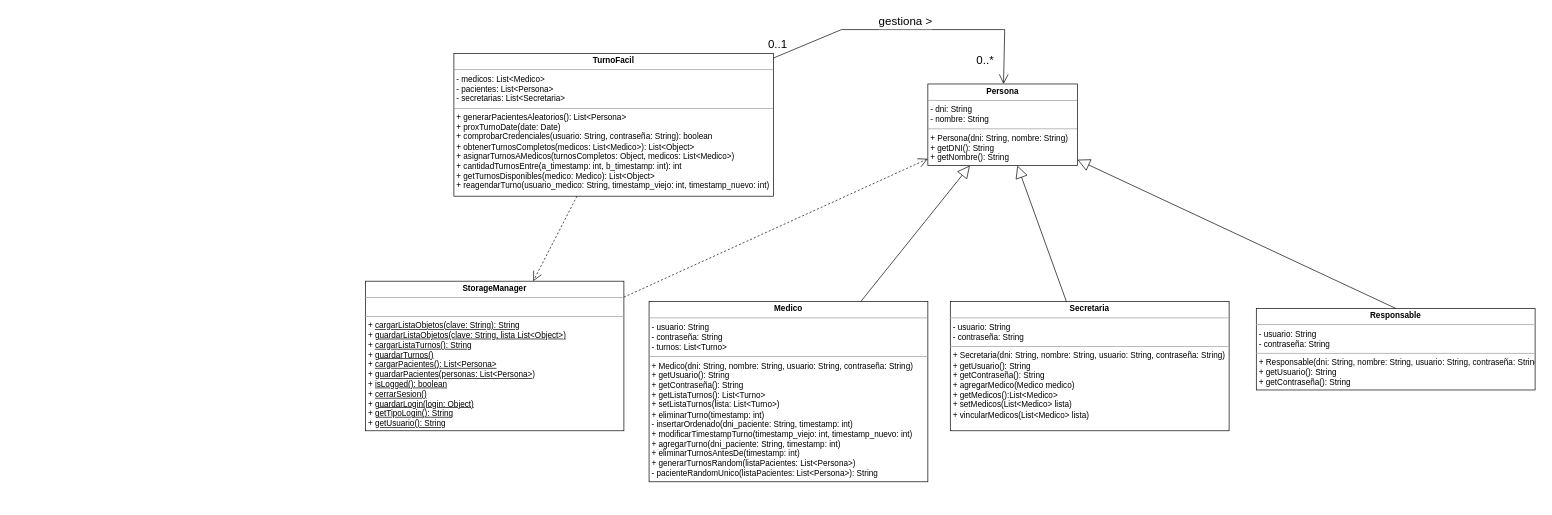
Before: Diagrama de clases.drawio in facu9923/TPE-Metodologia, a draw.io diagram. Source tidied: cells renumbered, new cells numbered last; positions are measured from the earlier drawing's top-left corner, leaving out a move shared by most shapes. Both pictures are drawn from the tidied source at 68%, with x=0, y=0 at pixel (365, 29).
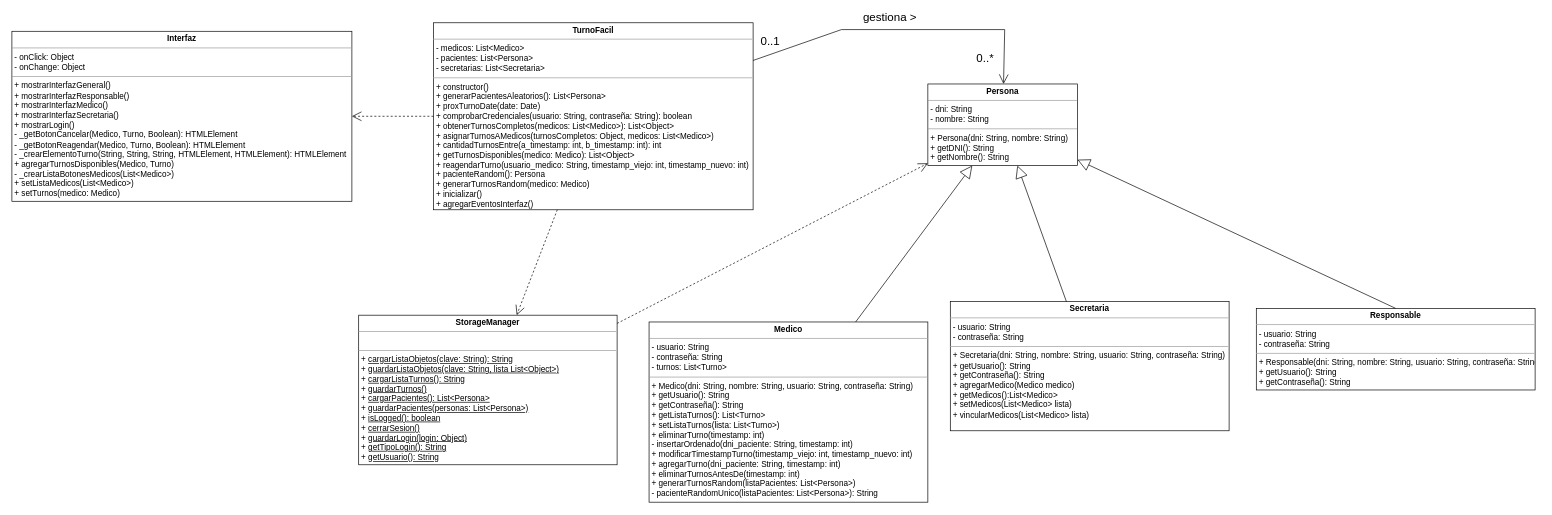
Above is the later version.

Commit message:
diagrama de clases actualizado

Unchanged cells that the change refers to:
```xml
<mxCell id="9" style="endArrow=open;endFill=1;endSize=12;html=1;rounded=0;" parent="1" edge="1" source="8" target="2">
  <mxGeometry relative="1" as="geometry">
    <Array as="points">
      <mxPoint x="700" />
      <mxPoint x="940" />
    </Array>
  </mxGeometry>
</mxCell>
```

The edit, as a diff of the source:
```diff
@@
     <mxCell id="4" value="&lt;p style=&quot;margin:0px;margin-top:4px;text-align:center;&quot;&gt;&lt;b&gt;Medico&lt;/b&gt;&lt;/p&gt;&lt;hr size=&quot;1&quot;&gt;&lt;p style=&quot;margin:0px;margin-left:4px;&quot;&gt;- usuario: String&lt;br&gt;&lt;/p&gt;&lt;p style=&quot;margin:0px;margin-left:4px;&quot;&gt;- contraseña: String&lt;/p&gt;&lt;p style=&quot;margin:0px;margin-left:4px;&quot;&gt;- turnos: List&amp;lt;Turno&amp;gt;&lt;/p&gt;&lt;hr size=&quot;1&quot;&gt;&lt;p style=&quot;margin:0px;margin-left:4px;&quot;&gt;+ Medico(dni: String, nombre: String, usuario: String, contraseña: String)&lt;/p&gt;&lt;p style=&quot;margin:0px;margin-left:4px;&quot;&gt;+ getUsuario(): String&lt;/p&gt;&lt;p style=&quot;margin:0px;margin-left:4px;&quot;&gt;+ getContraseña(): String&lt;/p&gt;&lt;p style=&quot;margin:0px;margin-left:4px;&quot;&gt;+ getListaTurnos(): List&amp;lt;Turno&amp;gt;&lt;/p&gt;&lt;p style=&quot;margin:0px;margin-left:4px;&quot;&gt;+ setListaTurnos(lista: List&amp;lt;Turno&amp;gt;)&lt;/p&gt;&lt;p style=&quot;margin:0px;margin-left:4px;&quot;&gt;+ eliminarTurno(timestamp: int)&lt;/p&gt;&lt;p style=&quot;margin:0px;margin-left:4px;&quot;&gt;- insertarOrdenado(dni_paciente: String, timestamp: int)&lt;/p&gt;&lt;p style=&quot;margin:0px;margin-left:4px;&quot;&gt;+ modificarTimestampTurno(timestamp_viejo: int, timestamp_nuevo: int)&lt;/p&gt;&lt;p style=&quot;margin:0px;margin-left:4px;&quot;&gt;+&amp;nbsp;agregarTurno(dni_paciente: String, timestamp: int)&lt;/p&gt;&lt;p style=&quot;margin:0px;margin-left:4px;&quot;&gt;+&amp;nbsp;eliminarTurnosAntesDe(timestamp: int)&lt;/p&gt;&lt;p style=&quot;margin:0px;margin-left:4px;&quot;&gt;+ generarTurnosRandom(listaPacientes: List&amp;lt;Persona&amp;gt;)&lt;br&gt;&lt;/p&gt;&lt;p style=&quot;margin:0px;margin-left:4px;&quot;&gt;- pacienteRandomUnico(listaPacientes: List&amp;lt;Persona&amp;gt;): String&lt;/p&gt;" style="verticalAlign=top;align=left;overflow=fill;fontSize=12;fontFamily=Helvetica;html=1;" parent="1" vertex="1">
-      <mxGeometry x="417" y="400" width="410" height="265" as="geometry" />
+      <mxGeometry x="417" y="430" width="410" height="265" as="geometry" />
     </mxCell>
@@
     <mxCell id="7" value="&lt;p style=&quot;margin:0px;margin-top:4px;text-align:center;&quot;&gt;&lt;b&gt;StorageManager&lt;/b&gt;&lt;/p&gt;&lt;hr size=&quot;1&quot;&gt;&lt;p style=&quot;margin:0px;margin-left:4px;&quot;&gt;&lt;br&gt;&lt;/p&gt;&lt;hr size=&quot;1&quot;&gt;&lt;p style=&quot;margin:0px;margin-left:4px;&quot;&gt;+ &lt;u&gt;cargarListaObjetos(clave: String): String&lt;/u&gt;&lt;/p&gt;&lt;p style=&quot;margin:0px;margin-left:4px;&quot;&gt;+ &lt;u&gt;guardarListaObjetos(clave: String, lista List&amp;lt;Object&amp;gt;)&lt;/u&gt;&lt;/p&gt;&lt;p style=&quot;margin:0px;margin-left:4px;&quot;&gt;+ &lt;u&gt;cargarListaTurnos(): String&lt;/u&gt;&lt;/p&gt;&lt;p style=&quot;margin:0px;margin-left:4px;&quot;&gt;+ &lt;u&gt;guardarTurnos()&lt;br&gt;&lt;/u&gt;&lt;/p&gt;&lt;p style=&quot;margin:0px;margin-left:4px;&quot;&gt;+ &lt;u&gt;cargarPacientes(): List&amp;lt;Persona&amp;gt;&lt;/u&gt;&lt;/p&gt;&lt;p style=&quot;margin:0px;margin-left:4px;&quot;&gt;+ &lt;u&gt;guardarPacientes(personas: List&amp;lt;Persona&amp;gt;)&lt;/u&gt;&lt;/p&gt;&lt;p style=&quot;margin:0px;margin-left:4px;&quot;&gt;+ &lt;u&gt;isLogged(): boolean&lt;/u&gt;&lt;/p&gt;&lt;p style=&quot;margin:0px;margin-left:4px;&quot;&gt;+ &lt;u&gt;cerrarSesion()&lt;/u&gt;&lt;/p&gt;&lt;p style=&quot;margin:0px;margin-left:4px;&quot;&gt;+ &lt;u&gt;guardarLogin(login: Object)&lt;/u&gt;&lt;/p&gt;&lt;p style=&quot;margin:0px;margin-left:4px;&quot;&gt;+ &lt;u&gt;getTipoLogin(): String&lt;/u&gt;&lt;/p&gt;&lt;p style=&quot;margin:0px;margin-left:4px;&quot;&gt;+ &lt;u&gt;getUsuario(): String&lt;/u&gt;&lt;/p&gt;" style="verticalAlign=top;align=left;overflow=fill;fontSize=12;fontFamily=Helvetica;html=1;" parent="1" vertex="1">
-      <mxGeometry y="370" width="380" height="220" as="geometry" />
+      <mxGeometry x="-10" y="420" width="380" height="220" as="geometry" />
     </mxCell>
-    <mxCell id="8" value="&lt;p style=&quot;margin:0px;margin-top:4px;text-align:center;&quot;&gt;&lt;b&gt;TurnoFacil&lt;/b&gt;&lt;/p&gt;&lt;hr size=&quot;1&quot;&gt;&lt;p style=&quot;margin:0px;margin-left:4px;&quot;&gt;- medicos: List&amp;lt;Medico&amp;gt;&lt;/p&gt;&lt;p style=&quot;margin:0px;margin-left:4px;&quot;&gt;- pacientes: List&amp;lt;Persona&amp;gt;&lt;/p&gt;&lt;p style=&quot;margin:0px;margin-left:4px;&quot;&gt;- secretarias: List&amp;lt;Secretaria&amp;gt;&lt;/p&gt;&lt;hr size=&quot;1&quot;&gt;&lt;p style=&quot;margin:0px;margin-left:4px;&quot;&gt;+&amp;nbsp;generarPacientesAleatorios(): List&amp;lt;Persona&amp;gt;&lt;/p&gt;&lt;p style=&quot;margin:0px;margin-left:4px;&quot;&gt;+&amp;nbsp;proxTurnoDate(date: Date)&lt;/p&gt;&lt;p style=&quot;margin:0px;margin-left:4px;&quot;&gt;+&amp;nbsp;comprobarCredenciales(usuario: String, contraseña: String): boolean&lt;/p&gt;&lt;p style=&quot;margin:0px;margin-left:4px;&quot;&gt;+&amp;nbsp;obtenerTurnosCompletos(medicos: List&amp;lt;Medico&amp;gt;): List&amp;lt;Object&amp;gt;&lt;/p&gt;&lt;p style=&quot;margin:0px;margin-left:4px;&quot;&gt;+&amp;nbsp;asignarTurnosAMedicos(turnosCompletos: Object, medicos: List&amp;lt;Medico&amp;gt;)&lt;/p&gt;&lt;p style=&quot;margin:0px;margin-left:4px;&quot;&gt;+&amp;nbsp;cantidadTurnosEntre(a_timestamp: int, b_timestamp: int): int&lt;/p&gt;&lt;p style=&quot;margin:0px;margin-left:4px;&quot;&gt;+&amp;nbsp;getTurnosDisponibles(medico: Medico): List&amp;lt;Object&amp;gt;&lt;/p&gt;&lt;p style=&quot;margin:0px;margin-left:4px;&quot;&gt;+&amp;nbsp;reagendarTurno(usuario_medico: String, timestamp_viejo: int, timestamp_nuevo: int)&lt;/p&gt;&lt;p style=&quot;margin:0px;margin-left:4px;&quot;&gt;&lt;br&gt;&lt;/p&gt;" style="verticalAlign=top;align=left;overflow=fill;fontSize=12;fontFamily=Helvetica;html=1;" parent="1" vertex="1">
-      <mxGeometry x="130" y="35" width="470" height="210" as="geometry" />
+    <mxCell id="8" value="&lt;p style=&quot;margin:0px;margin-top:4px;text-align:center;&quot;&gt;&lt;b&gt;TurnoFacil&lt;/b&gt;&lt;/p&gt;&lt;hr size=&quot;1&quot;&gt;&lt;p style=&quot;margin:0px;margin-left:4px;&quot;&gt;- medicos: List&amp;lt;Medico&amp;gt;&lt;/p&gt;&lt;p style=&quot;margin:0px;margin-left:4px;&quot;&gt;- pacientes: List&amp;lt;Persona&amp;gt;&lt;/p&gt;&lt;p style=&quot;margin:0px;margin-left:4px;&quot;&gt;- secretarias: List&amp;lt;Secretaria&amp;gt;&lt;/p&gt;&lt;hr size=&quot;1&quot;&gt;&lt;p style=&quot;margin:0px;margin-left:4px;&quot;&gt;+ constructor()&lt;/p&gt;&lt;p style=&quot;margin:0px;margin-left:4px;&quot;&gt;+&amp;nbsp;generarPacientesAleatorios(): List&amp;lt;Persona&amp;gt;&lt;/p&gt;&lt;p style=&quot;margin:0px;margin-left:4px;&quot;&gt;+&amp;nbsp;proxTurnoDate(date: Date)&lt;/p&gt;&lt;p style=&quot;margin:0px;margin-left:4px;&quot;&gt;+&amp;nbsp;comprobarCredenciales(usuario: String, contraseña: String): boolean&lt;/p&gt;&lt;p style=&quot;margin:0px;margin-left:4px;&quot;&gt;+&amp;nbsp;obtenerTurnosCompletos(medicos: List&amp;lt;Medico&amp;gt;): List&amp;lt;Object&amp;gt;&lt;/p&gt;&lt;p style=&quot;margin:0px;margin-left:4px;&quot;&gt;+&amp;nbsp;asignarTurnosAMedicos(turnosCompletos: Object, medicos: List&amp;lt;Medico&amp;gt;)&lt;/p&gt;&lt;p style=&quot;margin:0px;margin-left:4px;&quot;&gt;+&amp;nbsp;cantidadTurnosEntre(a_timestamp: int, b_timestamp: int): int&lt;/p&gt;&lt;p style=&quot;margin:0px;margin-left:4px;&quot;&gt;+&amp;nbsp;getTurnosDisponibles(medico: Medico): List&amp;lt;Object&amp;gt;&lt;/p&gt;&lt;p style=&quot;margin:0px;margin-left:4px;&quot;&gt;+&amp;nbsp;reagendarTurno(usuario_medico: String, timestamp_viejo: int, timestamp_nuevo: int)&lt;/p&gt;&lt;p style=&quot;margin:0px;margin-left:4px;&quot;&gt;+ pacienteRandom(): Persona&lt;/p&gt;&lt;p style=&quot;margin:0px;margin-left:4px;&quot;&gt;+ generarTurnosRandom(medico: Medico)&lt;/p&gt;&lt;p style=&quot;margin:0px;margin-left:4px;&quot;&gt;+ inicializar()&lt;/p&gt;&lt;p style=&quot;margin:0px;margin-left:4px;&quot;&gt;+ agregarEventosInterfaz()&lt;/p&gt;" style="verticalAlign=top;align=left;overflow=fill;fontSize=12;fontFamily=Helvetica;html=1;" parent="1" vertex="1">
+      <mxGeometry x="100" y="-10" width="470" height="275" as="geometry" />
     </mxCell>
@@
     <mxCell id="10" value="&lt;font style=&quot;font-size: 17px;&quot;&gt;gestiona &amp;gt;&lt;/font&gt;" style="edgeLabel;html=1;align=center;verticalAlign=middle;" parent="9" vertex="1">
       <mxGeometry x="-0.59" y="3" relative="1" as="geometry">
-        <mxPoint x="113" y="-17" as="offset" />
+        <mxPoint x="113" y="-29" as="offset" />
       </mxGeometry>
     </mxCell>
     <mxCell id="11" value="0..1" style="edgeLabel;html=1;align=center;verticalAlign=middle;fontSize=17;" parent="9" vertex="1">
       <mxGeometry x="-0.84" y="-1" relative="1" as="geometry">
-        <mxPoint x="-26" y="-8" as="offset" />
+        <mxPoint x="-11" y="-17" as="offset" />
       </mxGeometry>
     </mxCell>
@@
+    <mxCell id="17" value="&lt;p style=&quot;margin:0px;margin-top:4px;text-align:center;&quot;&gt;&lt;b&gt;Interfaz&lt;/b&gt;&lt;/p&gt;&lt;hr size=&quot;1&quot;&gt;&lt;p style=&quot;margin:0px;margin-left:4px;&quot;&gt;- onClick: Object&lt;/p&gt;&lt;p style=&quot;margin:0px;margin-left:4px;&quot;&gt;- onChange: Object&lt;/p&gt;&lt;hr size=&quot;1&quot;&gt;&lt;p style=&quot;margin:0px;margin-left:4px;&quot;&gt;+ mostrarInterfazGeneral()&lt;/p&gt;&lt;p style=&quot;margin:0px;margin-left:4px;&quot;&gt;+ mostrarInterfazResponsable()&lt;/p&gt;&lt;p style=&quot;margin:0px;margin-left:4px;&quot;&gt;+ mostrarInterfazMedico()&lt;/p&gt;&lt;p style=&quot;margin:0px;margin-left:4px;&quot;&gt;+ mostrarInterfazSecretaria()&lt;/p&gt;&lt;p style=&quot;margin:0px;margin-left:4px;&quot;&gt;+ mostrarLogin()&lt;/p&gt;&lt;p style=&quot;margin:0px;margin-left:4px;&quot;&gt;-&amp;nbsp;_getBotonCancelar(Medico, Turno, Boolean): HTMLElement&lt;/p&gt;&lt;p style=&quot;margin:0px;margin-left:4px;&quot;&gt;- _getBotonReagendar(Medico, Turno, Boolean): HTMLElement&lt;/p&gt;&lt;p style=&quot;margin:0px;margin-left:4px;&quot;&gt;- _crearElementoTurno(String, String, String, HTMLElement, HTMLElement): HTMLElement&lt;/p&gt;&lt;p style=&quot;margin:0px;margin-left:4px;&quot;&gt;+&amp;nbsp;agregarTurnosDisponibles(Medico, Turno)&lt;/p&gt;&lt;p style=&quot;margin:0px;margin-left:4px;&quot;&gt;- _crearListaBotonesMedicos(List&amp;lt;Medico&amp;gt;)&lt;/p&gt;&lt;p style=&quot;margin:0px;margin-left:4px;&quot;&gt;+ setListaMedicos(List&amp;lt;Medico&amp;gt;)&lt;/p&gt;&lt;p style=&quot;margin:0px;margin-left:4px;&quot;&gt;+ setTurnos(medico: Medico)&lt;/p&gt;&lt;p style=&quot;margin:0px;margin-left:4px;&quot;&gt;&lt;br&gt;&lt;/p&gt;&lt;p style=&quot;margin:0px;margin-left:4px;&quot;&gt;&lt;br&gt;&lt;/p&gt;" style="verticalAlign=top;align=left;overflow=fill;fontSize=12;fontFamily=Helvetica;html=1;" parent="1" vertex="1">
+      <mxGeometry x="-520" y="2.5" width="500" height="250" as="geometry" />
+    </mxCell>
+    <mxCell id="18" style="endArrow=open;endSize=12;dashed=1;html=1;rounded=0;" parent="1" edge="1" source="8" target="17">
+      <mxGeometry relative="1" as="geometry" />
+    </mxCell>
```
